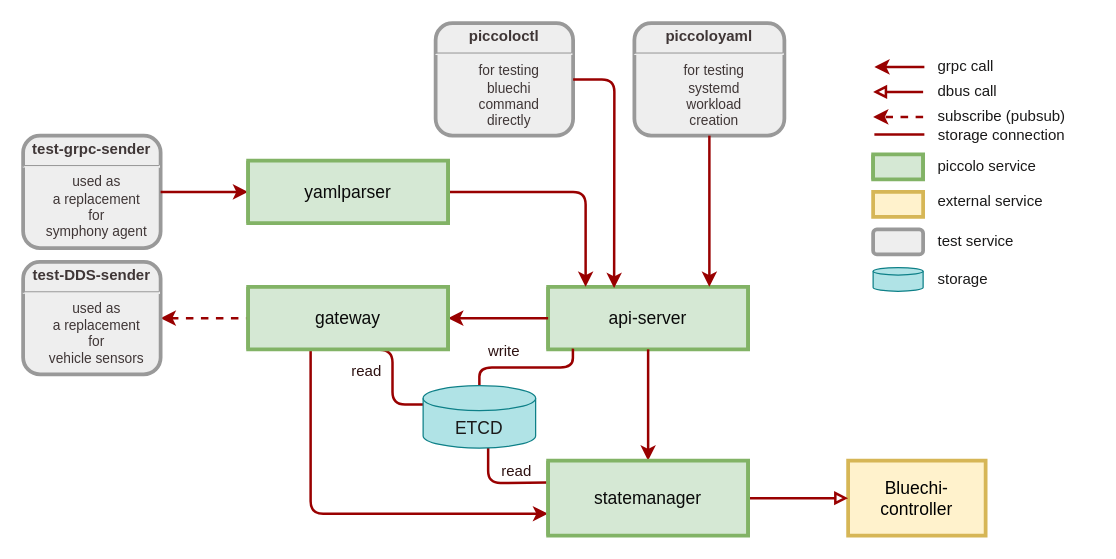
youngtaekiim/pullpiri keeps this draw.io diagram as page "Overview" (1 of 8) of doc/images/piccolo.drawio. Above is the earlier version. Source tidied: cells renumbered, new cells numbered last; positions are measured from the earlier drawing's top-left corner, leaving out a move shared by most shapes. Both pictures are drawn from the tidied source at 125%, with x=0, y=0 at pixel (22, 22).
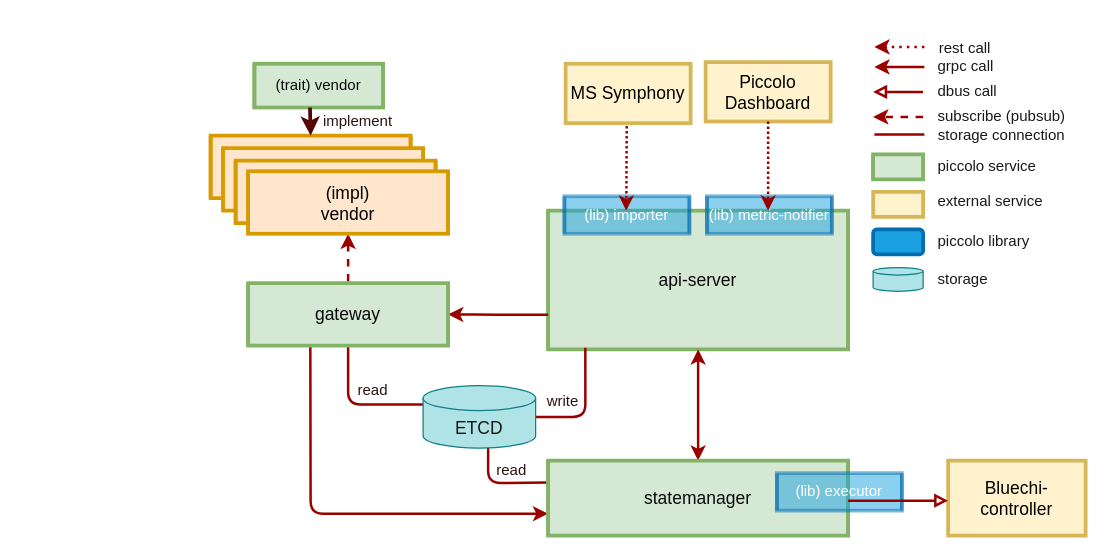
After the change.

The change refers to these unchanged cells:
```xml
<mxCell id="19" value="&lt;font color=&quot;#1a1919&quot; style=&quot;font-size: 14px;&quot;&gt;ETCD&lt;/font&gt;" style="shape=cylinder3;whiteSpace=wrap;html=1;boundedLbl=1;backgroundOutline=1;size=10;fillColor=#b0e3e6;strokeColor=#0e8088;fontStyle=0;fontSize=14;" parent="1" vertex="1">
  <mxGeometry x="320" y="290" width="90" height="50" as="geometry" />
</mxCell>
```

Change to the diagram source:
```diff
@@
     <mxCell id="2" value="api-server" style="shape=process;whiteSpace=wrap;align=center;verticalAlign=middle;size=0;fontStyle=0;strokeWidth=3;fillColor=#d5e8d4;strokeColor=#82b366;fontColor=#0A0A0A;fontSize=14;" parent="1" vertex="1">
-      <mxGeometry x="420" y="211" width="160" height="50" as="geometry" />
+      <mxGeometry x="420" y="150" width="240" height="111" as="geometry" />
     </mxCell>
     <mxCell id="3" value="Bluechi-controller" style="whiteSpace=wrap;align=center;verticalAlign=middle;fontStyle=0;strokeWidth=3;fillColor=#fff2cc;strokeColor=#d6b656;fontColor=#000000;fontSize=14;" parent="1" vertex="1">
-      <mxGeometry x="660" y="350" width="110" height="60" as="geometry" />
+      <mxGeometry x="740" y="350" width="110" height="60" as="geometry" />
     </mxCell>
-    <mxCell id="4" style="edgeStyle=elbowEdgeStyle;elbow=horizontal;strokeColor=#990000;strokeWidth=2;fontColor=#2c1111;exitX=1;exitY=0.5;exitDx=0;exitDy=0;fontStyle=0;" parent="1" edge="1" source="24" target="2">
-      <mxGeometry relative="1" as="geometry">
-        <Array as="points">
-          <mxPoint x="450" y="170" />
-        </Array>
-      </mxGeometry>
-    </mxCell>
-    <mxCell id="5" style="edgeStyle=elbowEdgeStyle;elbow=horizontal;strokeColor=#990000;strokeWidth=2;fontColor=#2c1111;exitX=1;exitY=0.5;exitDx=0;exitDy=0;endArrow=block;endFill=0;fontStyle=0;" parent="1" edge="1" target="3">
-      <mxGeometry relative="1" as="geometry">
-        <mxPoint x="580" y="380" as="sourcePoint" />
-      </mxGeometry>
-    </mxCell>
     <mxCell id="6" value="write" style="text;spacingTop=-5;align=center;fontColor=#2c1111;fontStyle=0;" parent="1" vertex="1">
-      <mxGeometry x="370" y="254" width="30" height="20" as="geometry" />
+      <mxGeometry x="417" y="294" width="30" height="20" as="geometry" />
     </mxCell>
-    <mxCell id="7" style="edgeStyle=elbowEdgeStyle;elbow=horizontal;strokeColor=#990000;strokeWidth=2;entryX=1;entryY=0.5;entryDx=0;entryDy=0;exitX=0;exitY=0.5;exitDx=0;exitDy=0;fontColor=#2c1111;fontStyle=0;" parent="1" edge="1" source="2" target="23">
+    <mxCell id="7" style="edgeStyle=elbowEdgeStyle;elbow=horizontal;strokeColor=#990000;strokeWidth=2;entryX=1;entryY=0.5;entryDx=0;entryDy=0;exitX=0;exitY=0.75;exitDx=0;exitDy=0;fontColor=#2c1111;fontStyle=0;" parent="1" edge="1" source="2" target="23">
       <mxGeometry relative="1" as="geometry">
         <Array as="points">
-          <mxPoint x="353" y="236" />
+          <mxPoint x="370" y="220" />
           <mxPoint x="440" y="290" />
         </Array>
       </mxGeometry>
     </mxCell>
-    <mxCell id="8" style="elbow=horizontal;strokeColor=#990000;strokeWidth=2;entryX=0;entryY=0;entryDx=0;entryDy=15;entryPerimeter=0;startArrow=none;startFill=0;fontColor=#2c1111;endArrow=none;endFill=0;exitX=0.75;exitY=1;exitDx=0;exitDy=0;edgeStyle=orthogonalEdgeStyle;fontStyle=0;" parent="1" edge="1" target="19">
-      <mxGeometry relative="1" as="geometry">
-        <mxPoint x="270" y="261" as="sourcePoint" />
-      </mxGeometry>
+    <mxCell id="8" style="elbow=horizontal;strokeColor=#990000;strokeWidth=2;entryX=0;entryY=0;entryDx=0;entryDy=15;entryPerimeter=0;startArrow=none;startFill=0;fontColor=#2c1111;endArrow=none;endFill=0;exitX=0.5;exitY=1;exitDx=0;exitDy=0;edgeStyle=orthogonalEdgeStyle;fontStyle=0;" parent="1" edge="1" source="23" target="19">
+      <mxGeometry relative="1" as="geometry" />
     </mxCell>
-    <mxCell id="9" style="endArrow=none;html=1;rounded=1;entryX=0;entryY=0.5;entryDx=0;entryDy=0;strokeColor=#990000;strokeWidth=2;fontColor=#2c1111;dashed=1;endFill=0;startArrow=classic;startFill=1;fontStyle=0;" parent="1" edge="1">
-      <mxGeometry relative="1" as="geometry">
-        <mxPoint x="110" y="236" as="sourcePoint" />
-        <mxPoint x="180" y="236" as="targetPoint" />
-      </mxGeometry>
+    <mxCell id="9" style="endArrow=none;html=1;rounded=1;entryX=0.5;entryY=0;entryDx=0;entryDy=0;strokeColor=#990000;strokeWidth=2;fontColor=#2c1111;dashed=1;endFill=0;startArrow=classic;startFill=1;fontStyle=0;exitX=0.5;exitY=1;exitDx=0;exitDy=0;" parent="1" edge="1" source="50" target="23">
+      <mxGeometry relative="1" as="geometry" />
     </mxCell>
-    <mxCell id="10" style="endArrow=none;html=1;rounded=1;exitX=0.124;exitY=0.988;exitDx=0;exitDy=0;entryX=0.5;entryY=0;entryDx=0;entryDy=0;entryPerimeter=0;strokeColor=#990000;strokeWidth=2;exitPerimeter=0;fontColor=#2c1111;endFill=0;edgeStyle=orthogonalEdgeStyle;fontStyle=0;" parent="1" edge="1" source="2" target="19">
-      <mxGeometry relative="1" as="geometry" />
+    <mxCell id="10" style="endArrow=none;html=1;rounded=1;exitX=0.124;exitY=0.988;exitDx=0;exitDy=0;entryX=1;entryY=0.5;entryDx=0;entryDy=0;entryPerimeter=0;strokeColor=#990000;strokeWidth=2;exitPerimeter=0;fontColor=#2c1111;endFill=0;edgeStyle=orthogonalEdgeStyle;fontStyle=0;" parent="1" edge="1" source="2" target="19">
+      <mxGeometry relative="1" as="geometry">
+        <Array as="points">
+          <mxPoint x="450" y="315" />
+        </Array>
+      </mxGeometry>
     </mxCell>
-    <mxCell id="11" style="edgeStyle=elbowEdgeStyle;elbow=horizontal;strokeColor=#990000;strokeWidth=2;entryX=0;entryY=0.75;entryDx=0;entryDy=0;startArrow=none;startFill=0;fontColor=#2c1111;fontStyle=0;" parent="1" edge="1">
+    <mxCell id="11" style="edgeStyle=elbowEdgeStyle;elbow=horizontal;strokeColor=#990000;strokeWidth=2;entryX=0;entryY=0.75;entryDx=0;entryDy=0;startArrow=none;startFill=0;fontColor=#2c1111;fontStyle=0;exitX=0.311;exitY=1.015;exitDx=0;exitDy=0;exitPerimeter=0;" parent="1" edge="1" source="23">
       <mxGeometry relative="1" as="geometry">
-        <mxPoint x="230" y="261" as="sourcePoint" />
         <mxPoint x="420" y="392.5" as="targetPoint" />
         <Array as="points">
           <mxPoint x="230" y="350" />
           <mxPoint x="230" y="330" />
           <mxPoint x="632" y="370" />
         </Array>
       </mxGeometry>
     </mxCell>
@@
-    <mxCell id="13" value="&lt;p style=&quot;margin: 4px 0px 0px; text-align: center;&quot;&gt;&lt;strong style=&quot;&quot;&gt;test-grpc-sender&lt;br&gt;&lt;/strong&gt;&lt;/p&gt;&lt;hr style=&quot;font-size: 11px;&quot;&gt;&lt;p style=&quot;margin: 0px 0px 0px 8px; font-size: 11px;&quot;&gt;&lt;font style=&quot;font-size: 11px;&quot;&gt;used as&lt;br&gt;a replacement&lt;/font&gt;&lt;/p&gt;&lt;p style=&quot;margin: 0px 0px 0px 8px; font-size: 11px;&quot;&gt;&lt;font style=&quot;font-size: 11px;&quot;&gt;for &lt;br&gt;symphony agent&lt;/font&gt;&lt;/p&gt;" style="verticalAlign=middle;align=center;overflow=fill;fontSize=12;fontFamily=Helvetica;html=1;rounded=1;fontStyle=0;strokeWidth=3;fillColor=#eeeeee;strokeColor=#999999;fontColor=#3f3636;" parent="1" vertex="1">
-      <mxGeometry y="90" width="110" height="90" as="geometry" />
-    </mxCell>
-    <mxCell id="14" style="edgeStyle=none;noEdgeStyle=1;strokeColor=#990000;strokeWidth=2;exitX=1;exitY=0.5;exitDx=0;exitDy=0;entryX=0;entryY=0.5;entryDx=0;entryDy=0;fontColor=#2c1111;fontStyle=0;" parent="1" edge="1" source="13">
-      <mxGeometry relative="1" as="geometry">
-        <mxPoint x="180" y="135" as="targetPoint" />
-      </mxGeometry>
-    </mxCell>
-    <mxCell id="15" value="&lt;p style=&quot;margin: 4px 0px 0px; text-align: center;&quot;&gt;&lt;strong style=&quot;&quot;&gt;piccoloctl&lt;br&gt;&lt;/strong&gt;&lt;/p&gt;&lt;hr&gt;&lt;p style=&quot;margin: 0px 0px 0px 8px; font-size: 11px;&quot;&gt;&lt;font style=&quot;font-size: 11px;&quot;&gt;for testing&lt;/font&gt;&lt;/p&gt;&lt;p style=&quot;margin: 0px 0px 0px 8px; font-size: 11px;&quot;&gt;&lt;font style=&quot;font-size: 11px;&quot;&gt;bluechi&lt;/font&gt;&lt;/p&gt;&lt;p style=&quot;margin: 0px 0px 0px 8px; font-size: 11px;&quot;&gt;&lt;font style=&quot;font-size: 11px;&quot;&gt;command&lt;/font&gt;&lt;/p&gt;&lt;p style=&quot;margin: 0px 0px 0px 8px; font-size: 11px;&quot;&gt;&lt;font style=&quot;font-size: 11px;&quot;&gt;directly&lt;/font&gt;&lt;/p&gt;" style="verticalAlign=middle;align=center;overflow=fill;fontSize=12;fontFamily=Helvetica;html=1;rounded=1;fontStyle=0;strokeWidth=3;fillColor=#eeeeee;strokeColor=#999999;fontColor=#3f3636;" parent="1" vertex="1">
-      <mxGeometry x="330" width="110" height="90" as="geometry" />
-    </mxCell>
-    <mxCell id="16" value="&lt;p style=&quot;margin: 4px 0px 0px; text-align: center;&quot;&gt;&lt;strong style=&quot;&quot;&gt;piccoloyaml&lt;br&gt;&lt;/strong&gt;&lt;/p&gt;&lt;hr&gt;&lt;p style=&quot;margin: 0px 0px 0px 8px; font-size: 11px;&quot;&gt;&lt;font style=&quot;font-size: 11px;&quot;&gt;for testing&lt;/font&gt;&lt;/p&gt;&lt;p style=&quot;margin: 0px 0px 0px 8px; font-size: 11px;&quot;&gt;&lt;font style=&quot;font-size: 11px;&quot;&gt;systemd&lt;/font&gt;&lt;/p&gt;&lt;p style=&quot;margin: 0px 0px 0px 8px; font-size: 11px;&quot;&gt;&lt;font style=&quot;font-size: 11px;&quot;&gt;workload&lt;/font&gt;&lt;/p&gt;&lt;p style=&quot;margin: 0px 0px 0px 8px; font-size: 11px;&quot;&gt;&lt;font style=&quot;font-size: 11px;&quot;&gt;creation&lt;/font&gt;&lt;/p&gt;" style="verticalAlign=middle;align=center;overflow=fill;fontSize=12;fontFamily=Helvetica;html=1;rounded=1;fontStyle=0;strokeWidth=3;fillColor=#eeeeee;strokeColor=#999999;fontColor=#3f3636;" parent="1" vertex="1">
-      <mxGeometry x="489" width="120" height="90" as="geometry" />
-    </mxCell>
-    <mxCell id="17" style="endArrow=classic;html=1;rounded=1;exitX=1;exitY=0.5;exitDx=0;exitDy=0;strokeColor=#990000;strokeWidth=2;fontColor=#2c1111;entryX=0.33;entryY=0.02;entryDx=0;entryDy=0;entryPerimeter=0;fontStyle=0;" parent="1" edge="1" source="15" target="2">
-      <mxGeometry relative="1" as="geometry">
-        <Array as="points">
-          <mxPoint x="473" y="45" />
-        </Array>
-      </mxGeometry>
-    </mxCell>
-    <mxCell id="18" style="endArrow=classic;html=1;rounded=1;exitX=0.5;exitY=1;exitDx=0;exitDy=0;strokeColor=#990000;strokeWidth=2;fontColor=#2c1111;entryX=0.75;entryY=0;entryDx=0;entryDy=0;fontStyle=0;" parent="1" edge="1" source="16">
-      <mxGeometry relative="1" as="geometry">
-        <mxPoint x="549" y="211" as="targetPoint" />
-      </mxGeometry>
-    </mxCell>
@@
-    <mxCell id="20" value="&lt;p style=&quot;margin: 4px 0px 0px; text-align: center;&quot;&gt;&lt;strong style=&quot;&quot;&gt;test-DDS-sender&lt;br&gt;&lt;/strong&gt;&lt;/p&gt;&lt;hr style=&quot;font-size: 11px;&quot;&gt;&lt;p style=&quot;margin: 0px 0px 0px 8px; font-size: 11px;&quot;&gt;&lt;font style=&quot;font-size: 11px;&quot;&gt;used as&lt;br&gt;a replacement&lt;/font&gt;&lt;/p&gt;&lt;p style=&quot;margin: 0px 0px 0px 8px; font-size: 11px;&quot;&gt;&lt;font style=&quot;font-size: 11px;&quot;&gt;for &lt;br&gt;vehicle sensors&lt;/font&gt;&lt;/p&gt;" style="verticalAlign=middle;align=center;overflow=fill;fontSize=12;fontFamily=Helvetica;html=1;rounded=1;fontStyle=0;strokeWidth=3;fillColor=#eeeeee;strokeColor=#999999;fontColor=#3f3636;" parent="1" vertex="1">
-      <mxGeometry y="191" width="110" height="90" as="geometry" />
-    </mxCell>
-    <mxCell id="21" style="endArrow=classic;html=1;rounded=1;strokeColor=#990000;strokeWidth=2;fontColor=#2c1111;exitX=0.5;exitY=1;exitDx=0;exitDy=0;entryX=0.5;entryY=0;entryDx=0;entryDy=0;fontStyle=0;" parent="1" edge="1" source="2" target="22">
-      <mxGeometry relative="1" as="geometry" />
+    <mxCell id="21" style="endArrow=classic;html=1;rounded=1;strokeColor=#990000;strokeWidth=2;fontColor=#2c1111;exitX=0.5;exitY=1;exitDx=0;exitDy=0;entryX=0.5;entryY=0;entryDx=0;entryDy=0;fontStyle=0;startArrow=classic;startFill=1;" parent="1" edge="1">
+      <mxGeometry relative="1" as="geometry">
+        <mxPoint x="540" y="261" as="sourcePoint" />
+        <mxPoint x="540" y="350" as="targetPoint" />
+      </mxGeometry>
     </mxCell>
     <mxCell id="22" value="statemanager" style="shape=process;whiteSpace=wrap;align=center;verticalAlign=middle;size=0;fontStyle=0;strokeWidth=3;fillColor=#d5e8d4;strokeColor=#82b366;fontColor=#0A0A0A;fontSize=14;" parent="1" vertex="1">
-      <mxGeometry x="420" y="350" width="160" height="60" as="geometry" />
+      <mxGeometry x="420" y="350" width="240" height="60" as="geometry" />
     </mxCell>
     <mxCell id="23" value="gateway" style="shape=process;whiteSpace=wrap;align=center;verticalAlign=middle;size=0;fontStyle=0;strokeWidth=3;fillColor=#d5e8d4;strokeColor=#82b366;fontColor=#0A0A0A;fontSize=14;" parent="1" vertex="1">
-      <mxGeometry x="180" y="211" width="160" height="50" as="geometry" />
+      <mxGeometry x="180" y="208" width="160" height="50" as="geometry" />
     </mxCell>
-    <mxCell id="24" value="yamlparser" style="shape=process;whiteSpace=wrap;align=center;verticalAlign=middle;size=0;fontStyle=0;strokeWidth=3;fillColor=#d5e8d4;strokeColor=#82b366;fontColor=#0A0A0A;fontSize=14;" parent="1" vertex="1">
-      <mxGeometry x="180" y="110" width="160" height="50" as="geometry" />
-    </mxCell>
     <mxCell id="25" value="read" style="text;spacingTop=-5;align=center;fontColor=#2c1111;fontStyle=0;" parent="1" vertex="1">
-      <mxGeometry x="260" y="270" width="30" height="20" as="geometry" />
+      <mxGeometry x="265" y="285" width="30" height="20" as="geometry" />
     </mxCell>
     <mxCell id="26" value="read" style="text;spacingTop=-5;align=center;fontColor=#2c1111;fontStyle=0;" parent="1" vertex="1">
-      <mxGeometry x="380" y="350" width="30" height="20" as="geometry" />
+      <mxGeometry x="376" y="349" width="30" height="20" as="geometry" />
     </mxCell>
@@
-    <mxCell id="37" value="&lt;p style=&quot;margin: 4px 0px 0px; text-align: center;&quot;&gt;&lt;/p&gt;&lt;p style=&quot;margin: 0px 0px 0px 8px; font-size: 11px;&quot;&gt;&lt;br&gt;&lt;/p&gt;" style="verticalAlign=middle;align=center;overflow=fill;fontSize=12;fontFamily=Helvetica;html=1;rounded=1;fontStyle=0;strokeWidth=3;fillColor=#eeeeee;strokeColor=#999999;fontColor=#3f3636;" parent="1" vertex="1">
+    <mxCell id="37" value="&lt;p style=&quot;margin: 4px 0px 0px; text-align: center;&quot;&gt;&lt;/p&gt;&lt;p style=&quot;margin: 0px 0px 0px 8px; font-size: 11px;&quot;&gt;&lt;br&gt;&lt;/p&gt;" style="verticalAlign=middle;align=center;overflow=fill;fontSize=12;fontFamily=Helvetica;html=1;rounded=1;fontStyle=0;strokeWidth=3;fillColor=#1ba1e2;strokeColor=#006EAF;fontColor=#ffffff;" parent="1" vertex="1">
       <mxGeometry x="680" y="165" width="40" height="20" as="geometry" />
     </mxCell>
@@
-    <mxCell id="40" value="test service" style="text;html=1;strokeColor=none;fillColor=none;align=left;verticalAlign=middle;whiteSpace=wrap;rounded=0;fontColor=#1a1919;fontStyle=0;" parent="1" vertex="1">
+    <mxCell id="40" value="piccolo library" style="text;html=1;strokeColor=none;fillColor=none;align=left;verticalAlign=middle;whiteSpace=wrap;rounded=0;fontColor=#1a1919;fontStyle=0;" parent="1" vertex="1">
       <mxGeometry x="730" y="162.5" width="85" height="25" as="geometry" />
     </mxCell>
@@
+    <mxCell id="43" value="(lib) importer" style="shape=process;whiteSpace=wrap;align=center;verticalAlign=middle;size=0;fontStyle=0;strokeWidth=3;fillColor=#1ba1e2;strokeColor=#006EAF;fontColor=#ffffff;opacity=50;" parent="1" vertex="1">
+      <mxGeometry x="433" y="138.5" width="100" height="30" as="geometry" />
+    </mxCell>
+    <mxCell id="44" style="edgeStyle=elbowEdgeStyle;elbow=horizontal;strokeColor=#990000;strokeWidth=2;entryX=1;entryY=0.5;entryDx=0;entryDy=0;fontColor=#2c1111;endArrow=classic;endFill=1;dashed=1;fontStyle=0;dashPattern=1 2;" parent="1" edge="1">
+      <mxGeometry relative="1" as="geometry">
+        <mxPoint x="721" y="19" as="sourcePoint" />
+        <mxPoint x="681" y="19" as="targetPoint" />
+        <Array as="points">
+          <mxPoint x="694" y="19" />
+          <mxPoint x="781" y="73" />
+        </Array>
+      </mxGeometry>
+    </mxCell>
+    <mxCell id="45" value="rest call" style="text;html=1;strokeColor=none;fillColor=none;align=left;verticalAlign=middle;whiteSpace=wrap;rounded=0;fontColor=#1a1919;fontStyle=0;fontSize=12;" parent="1" vertex="1">
+      <mxGeometry x="731" y="5" width="60" height="30" as="geometry" />
+    </mxCell>
+    <mxCell id="46" value="MS Symphony" style="whiteSpace=wrap;align=center;verticalAlign=middle;fontStyle=0;strokeWidth=3;fillColor=#fff2cc;strokeColor=#d6b656;fontColor=#000000;fontSize=14;" parent="1" vertex="1">
+      <mxGeometry x="434" y="32.5" width="100" height="47.5" as="geometry" />
+    </mxCell>
+    <mxCell id="47" style="shape=process;whiteSpace=wrap;align=center;verticalAlign=middle;size=0;fontStyle=0;strokeWidth=3;fillColor=#ffe6cc;strokeColor=#d79b00;fontSize=14;" parent="1" vertex="1">
+      <mxGeometry x="150" y="90" width="160" height="50" as="geometry" />
+    </mxCell>
+    <mxCell id="48" style="shape=process;whiteSpace=wrap;align=center;verticalAlign=middle;size=0;fontStyle=0;strokeWidth=3;fillColor=#ffe6cc;strokeColor=#d79b00;fontSize=14;" parent="1" vertex="1">
+      <mxGeometry x="160" y="100" width="160" height="50" as="geometry" />
+    </mxCell>
+    <mxCell id="49" style="shape=process;whiteSpace=wrap;align=center;verticalAlign=middle;size=0;fontStyle=0;strokeWidth=3;fillColor=#ffe6cc;strokeColor=#d79b00;fontSize=14;" parent="1" vertex="1">
+      <mxGeometry x="170" y="110" width="160" height="50" as="geometry" />
+    </mxCell>
+    <mxCell id="50" value="(impl)&#10;vendor" style="shape=process;whiteSpace=wrap;align=center;verticalAlign=middle;size=0;fontStyle=0;strokeWidth=3;fillColor=#ffe6cc;strokeColor=#d79b00;fontSize=14;fontColor=#000000;" parent="1" vertex="1">
+      <mxGeometry x="180" y="118.5" width="160" height="50" as="geometry" />
+    </mxCell>
+    <mxCell id="51" value="(trait) vendor" style="shape=process;whiteSpace=wrap;align=center;verticalAlign=middle;size=0;fontStyle=0;strokeWidth=3;fillColor=#d5e8d4;strokeColor=#82b366;fontColor=#0A0A0A;" parent="1" vertex="1">
+      <mxGeometry x="185" y="32.5" width="103" height="35" as="geometry" />
+    </mxCell>
+    <mxCell id="52" style="endArrow=classic;html=1;labelBackgroundColor=#faf8fc;fontSize=12;fontColor=#000000;entryX=0.5;entryY=0;entryDx=0;entryDy=0;exitX=0.432;exitY=1;exitDx=0;exitDy=0;exitPerimeter=0;targetPerimeterSpacing=1;strokeColor=#550707;strokeWidth=3;" parent="1" edge="1" source="51" target="47">
+      <mxGeometry relative="1" as="geometry" />
+    </mxCell>
+    <mxCell id="53" value="(lib) metric-notifier" style="shape=process;whiteSpace=wrap;align=center;verticalAlign=middle;size=0;fontStyle=0;strokeWidth=3;fillColor=#1ba1e2;strokeColor=#006EAF;fontColor=#ffffff;opacity=50;" parent="1" vertex="1">
+      <mxGeometry x="547" y="138.5" width="100" height="30" as="geometry" />
+    </mxCell>
+    <mxCell id="54" value="Piccolo&#10;Dashboard" style="whiteSpace=wrap;align=center;verticalAlign=middle;fontStyle=0;strokeWidth=3;fillColor=#fff2cc;strokeColor=#d6b656;fontColor=#000000;fontSize=14;" parent="1" vertex="1">
+      <mxGeometry x="546" y="31.2" width="100" height="47.5" as="geometry" />
+    </mxCell>
+    <mxCell id="55" style="endArrow=classic;html=1;labelBackgroundColor=#faf8fc;fontSize=12;fontColor=#000000;targetPerimeterSpacing=1;strokeColor=#990000;strokeWidth=2;dashed=1;dashPattern=1 1;exitX=0.5;exitY=1;exitDx=0;exitDy=0;" parent="1" edge="1" source="54">
+      <mxGeometry relative="1" as="geometry">
+        <mxPoint x="596" y="150" as="targetPoint" />
+      </mxGeometry>
+    </mxCell>
+    <mxCell id="56" style="endArrow=classic;html=1;labelBackgroundColor=#faf8fc;fontSize=12;fontColor=#000000;targetPerimeterSpacing=1;strokeColor=#990000;strokeWidth=2;dashed=1;dashPattern=1 1;exitX=0.489;exitY=1.048;exitDx=0;exitDy=0;exitPerimeter=0;" parent="1" edge="1" source="46">
+      <mxGeometry relative="1" as="geometry">
+        <mxPoint x="482.5" y="150" as="targetPoint" />
+      </mxGeometry>
+    </mxCell>
+    <mxCell id="57" value="(lib) executor" style="shape=process;whiteSpace=wrap;align=center;verticalAlign=middle;size=0;fontStyle=0;strokeWidth=3;fillColor=#1ba1e2;strokeColor=#006EAF;fontColor=#ffffff;opacity=50;" parent="1" vertex="1">
+      <mxGeometry x="603" y="360" width="100" height="30" as="geometry" />
+    </mxCell>
+    <mxCell id="5" style="edgeStyle=elbowEdgeStyle;elbow=horizontal;strokeColor=#990000;strokeWidth=2;fontColor=#2c1111;endArrow=block;endFill=0;fontStyle=0;exitX=1;exitY=0.5;exitDx=0;exitDy=0;" parent="1" edge="1">
+      <mxGeometry relative="1" as="geometry">
+        <mxPoint x="660" y="382" as="sourcePoint" />
+        <mxPoint x="740" y="382" as="targetPoint" />
+      </mxGeometry>
+    </mxCell>
+    <mxCell id="58" value="implement" style="text;spacingTop=-5;align=center;fontColor=#2c1111;fontStyle=0;" parent="1" vertex="1">
+      <mxGeometry x="253" y="70" width="30" height="20" as="geometry" />
+    </mxCell>
```
